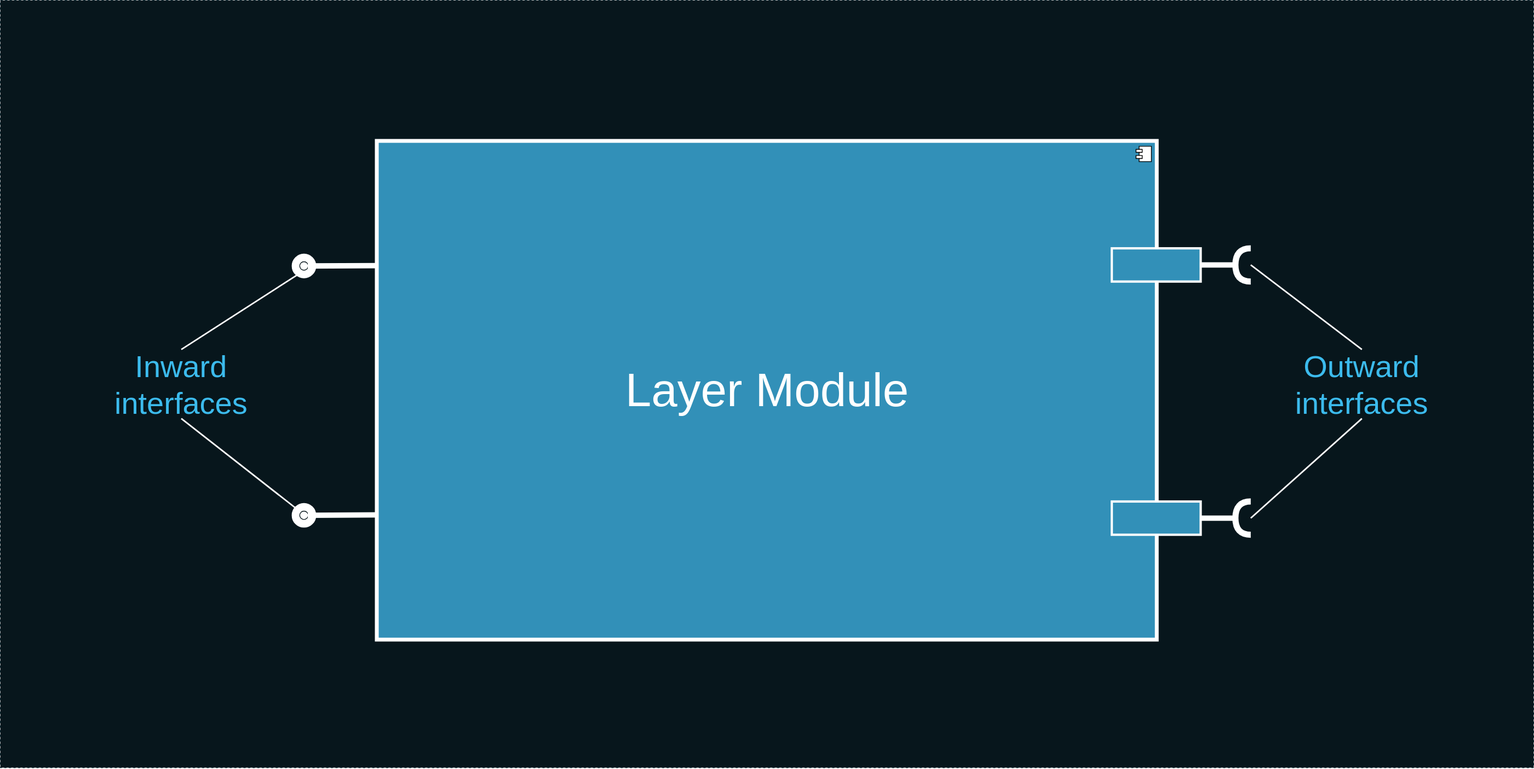
Above: deck/ru/diagrams/layerModule.svg in AlexanderLapygin/ca-react-rest-api-starter (draw.io), before the change. Source tidied: cells renumbered, new cells last; positions are measured from the earlier drawing's top-left corner, leaving out a move shared by most shapes.
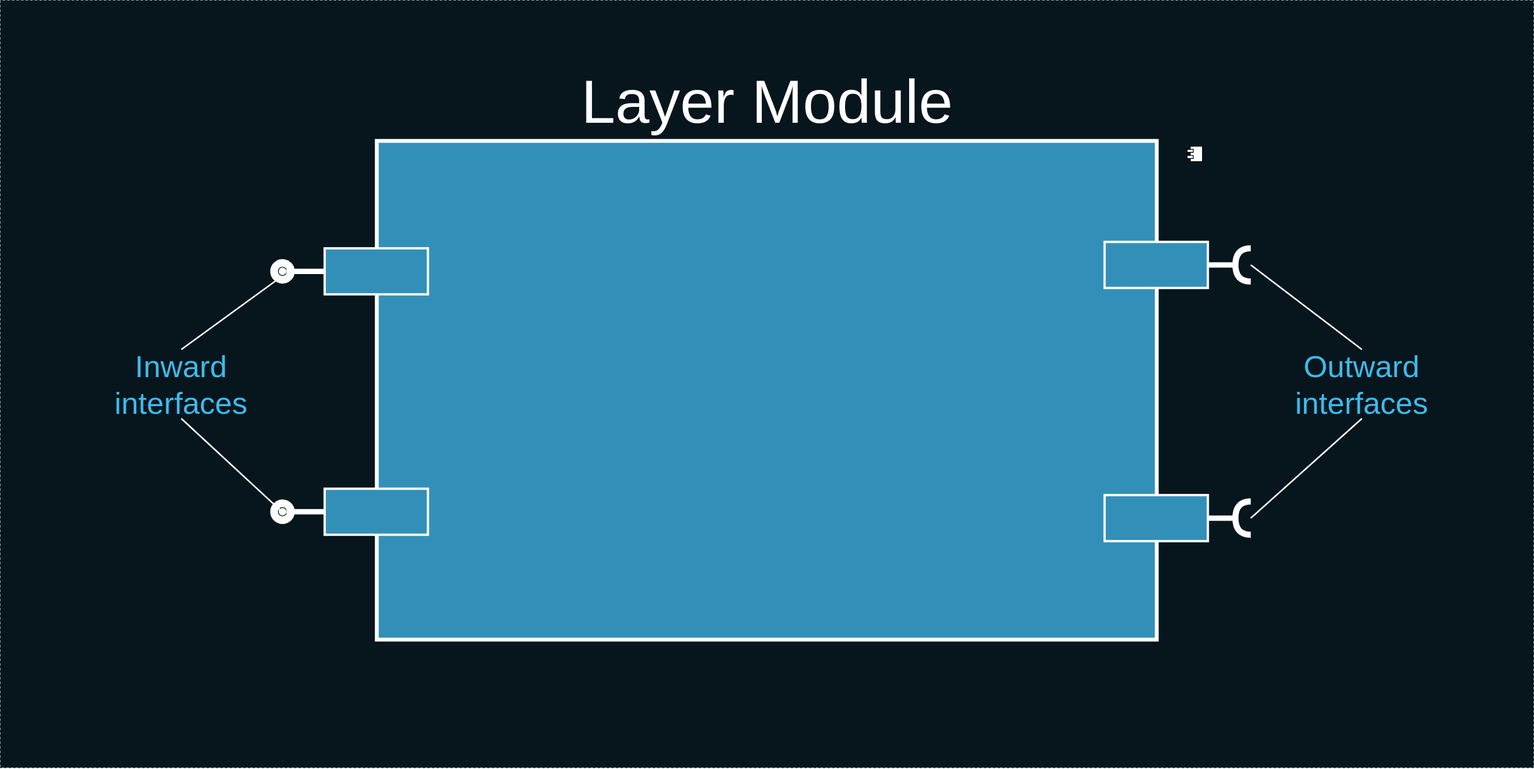
The same file after the commit.

What changed in the source:
```diff
@@ -5,53 +5,19 @@
     <mxCell id="2" value="rusfinancebank.ru" style="rounded=0;whiteSpace=wrap;html=1;fillColor=#07161C;fontSize=30;fontColor=#FFFFFF;strokeColor=#0C242E;dashed=1;" parent="1" vertex="1">
       <mxGeometry y="-0.1" width="2000" height="1000" as="geometry" />
     </mxCell>
-    <mxCell id="3" style="group;labelPosition=center;verticalLabelPosition=middle;align=center;verticalAlign=middle;strokeWidth=4;strokeColor=none;" parent="1" vertex="1">
-      <mxGeometry x="491" y="183" width="1074.7" height="650" as="geometry" />
-    </mxCell>
-    <mxCell id="4" style="html=1;strokeColor=#FFFFFF;strokeWidth=3;fillColor=#3290B8;fontSize=23;fontColor=#FFFFFF;labelPosition=center;verticalLabelPosition=top;align=center;verticalAlign=bottom;" parent="3" vertex="1">
-      <mxGeometry width="1017.4" height="650" as="geometry" />
-    </mxCell>
-    <mxCell id="5" style="shape=component;jettyWidth=8;jettyHeight=4;" parent="4" vertex="1">
-      <mxGeometry x="1" width="20" height="20" relative="1" as="geometry">
-        <mxPoint x="-27" y="7" as="offset" />
-      </mxGeometry>
-    </mxCell>
-    <mxCell id="6" style="group;labelPosition=center;verticalLabelPosition=middle;align=center;verticalAlign=middle;strokeWidth=7;" parent="3" vertex="1">
-      <mxGeometry width="1074.7" height="650" as="geometry" />
-    </mxCell>
-    <mxCell id="7" value="&lt;font style=&quot;font-size: 61px&quot;&gt;Layer Module&lt;/font&gt;" style="html=1;strokeColor=#FFFFFF;strokeWidth=5;fillColor=#3290B8;fontSize=61;fontColor=#FFFFFF;labelPosition=center;verticalLabelPosition=middle;align=center;verticalAlign=middle;" parent="6" vertex="1">
-      <mxGeometry width="1017.4" height="650" as="geometry" />
-    </mxCell>
-    <mxCell id="8" style="shape=component;jettyWidth=8;jettyHeight=4;" parent="7" vertex="1">
-      <mxGeometry x="1" width="20" height="20" relative="1" as="geometry">
-        <mxPoint x="-27" y="7" as="offset" />
-      </mxGeometry>
-    </mxCell>
-    <mxCell id="9" style="rounded=0;whiteSpace=wrap;html=1;fillColor=#3290B8;strokeColor=#FFFFFF;strokeWidth=3;" parent="6" vertex="1">
-      <mxGeometry x="958.8" y="470" width="115.9" height="43.3" as="geometry" />
-    </mxCell>
-    <mxCell id="10" style="rounded=0;whiteSpace=wrap;html=1;fillColor=#3290B8;strokeColor=#FFFFFF;strokeWidth=3;" parent="6" vertex="1">
-      <mxGeometry x="958.8" y="140" width="115.9" height="43.3" as="geometry" />
-    </mxCell>
-    <mxCell id="11" style="rounded=0;jettySize=auto;html=1;endArrow=none;endFill=0;fontSize=40;fontColor=#FFFFFF;strokeColor=#FFFFFF;strokeWidth=7;exitX=0;exitY=0.25;exitDx=0;exitDy=0;" parent="1" edge="1" source="7" target="12">
+    <mxCell id="11" style="rounded=0;jettySize=auto;html=1;endArrow=none;endFill=0;fontSize=40;fontColor=#FFFFFF;strokeColor=#FFFFFF;strokeWidth=7;exitX=0;exitY=0.5;exitDx=0;exitDy=0;" parent="1" edge="1" source="31" target="12">
       <mxGeometry relative="1" as="geometry" />
     </mxCell>
     <mxCell id="12" style="ellipse;whiteSpace=wrap;html=1;fontFamily=Helvetica;fontSize=12;fontColor=#FFFFFF;align=center;strokeColor=#FFFFFF;fillColor=#ffffff;points=[];strokeWidth=22;" parent="1" vertex="1">
-      <mxGeometry x="391" y="341" width="10" height="10" as="geometry" />
+      <mxGeometry x="363" y="348" width="10" height="10" as="geometry" />
     </mxCell>
-    <mxCell id="13" style="rounded=0;jettySize=auto;html=1;endArrow=none;endFill=0;fontSize=40;fontColor=#FFFFFF;strokeColor=#FFFFFF;strokeWidth=7;exitX=0;exitY=0.75;exitDx=0;exitDy=0;" parent="1" edge="1" source="7" target="14">
-      <mxGeometry relative="1" as="geometry" />
-    </mxCell>
-    <mxCell id="14" style="ellipse;whiteSpace=wrap;html=1;fontFamily=Helvetica;fontSize=12;fontColor=#FFFFFF;align=center;strokeColor=#FFFFFF;fillColor=#ffffff;points=[];strokeWidth=22;" parent="1" vertex="1">
-      <mxGeometry x="391" y="666" width="10" height="10" as="geometry" />
-    </mxCell>
     <mxCell id="15" value="Inward&lt;br&gt;interfaces" style="text;html=1;strokeColor=none;fillColor=none;align=center;verticalAlign=middle;whiteSpace=wrap;rounded=0;fontSize=40;fontColor=#3CBBED;" parent="1" vertex="1">
       <mxGeometry x="171" y="454.9" width="130" height="90" as="geometry" />
     </mxCell>
     <mxCell id="16" style="endArrow=none;html=1;strokeColor=#FFFFFF;strokeWidth=2;fontSize=33;fontColor=#3CBBED;entryX=0.371;entryY=1.186;entryDx=0;entryDy=0;entryPerimeter=0;exitX=0.5;exitY=0;exitDx=0;exitDy=0;" parent="1" edge="1" source="15" target="12">
       <mxGeometry relative="1" as="geometry" />
     </mxCell>
-    <mxCell id="17" style="endArrow=none;html=1;strokeColor=#FFFFFF;strokeWidth=2;fontSize=33;fontColor=#3CBBED;entryX=-0.057;entryY=-0.029;entryDx=0;entryDy=0;entryPerimeter=0;exitX=0.5;exitY=1;exitDx=0;exitDy=0;" parent="1" edge="1" source="15" target="14">
+    <mxCell id="17" style="endArrow=none;html=1;strokeColor=#FFFFFF;strokeWidth=2;fontSize=33;fontColor=#3CBBED;entryX=0.214;entryY=0.296;entryDx=0;entryDy=0;entryPerimeter=0;exitX=0.5;exitY=1;exitDx=0;exitDy=0;" parent="1" edge="1" source="15" target="33">
       <mxGeometry relative="1" as="geometry" />
     </mxCell>
     <mxCell id="18" value="Outward&lt;br&gt;interfaces" style="text;html=1;strokeColor=none;fillColor=none;align=center;verticalAlign=middle;whiteSpace=wrap;rounded=0;fontSize=40;fontColor=#3CBBED;" parent="1" vertex="1">
@@ -69,17 +35,68 @@
     <mxCell id="22" style="shape=requiredInterface;html=1;verticalLabelPosition=bottom;strokeColor=#FFFFFF;strokeWidth=8;fontSize=33;fontColor=#3CBBED;rotation=-180;" parent="21" vertex="1">
       <mxGeometry width="20" height="43.3" as="geometry" />
     </mxCell>
-    <mxCell id="23" style="rounded=0;jettySize=auto;html=1;endArrow=none;endFill=0;fontSize=40;fontColor=#FFFFFF;strokeColor=#FFFFFF;strokeWidth=7;exitX=1;exitY=0.5;exitDx=0;exitDy=0;exitPerimeter=0;entryX=1;entryY=0.5;entryDx=0;entryDy=0;" parent="21" edge="1" source="22" target="10">
-      <mxGeometry relative="1" as="geometry" />
-    </mxCell>
     <mxCell id="24" style="group;" parent="1" vertex="1">
       <mxGeometry x="1611" y="653" width="20" height="43.3" as="geometry" />
     </mxCell>
     <mxCell id="25" style="shape=requiredInterface;html=1;verticalLabelPosition=bottom;strokeColor=#FFFFFF;strokeWidth=8;fontSize=33;fontColor=#3CBBED;rotation=-180;" parent="24" vertex="1">
       <mxGeometry width="20" height="43.3" as="geometry" />
     </mxCell>
-    <mxCell id="26" style="rounded=0;jettySize=auto;html=1;endArrow=none;endFill=0;fontSize=40;fontColor=#FFFFFF;strokeColor=#FFFFFF;strokeWidth=7;exitX=1;exitY=0.5;exitDx=0;exitDy=0;exitPerimeter=0;entryX=1;entryY=0.5;entryDx=0;entryDy=0;" parent="1" edge="1" source="25" target="9">
+    <mxCell id="26" style="rounded=0;jettySize=auto;html=1;endArrow=none;endFill=0;fontSize=40;fontColor=#FFFFFF;strokeColor=#FFFFFF;strokeWidth=7;exitX=1;exitY=0.5;exitDx=0;exitDy=0;exitPerimeter=0;entryX=1;entryY=0.5;entryDx=0;entryDy=0;" parent="1" edge="1" source="25" target="30">
       <mxGeometry relative="1" as="geometry" />
     </mxCell>
+    <mxCell id="27" style="rounded=0;orthogonalLoop=1;jettySize=auto;html=1;endArrow=none;endFill=0;fontSize=40;fontColor=#FFFFFF;strokeColor=#FFFFFF;strokeWidth=4;exitX=0;exitY=0.5;exitDx=0;exitDy=0;" parent="1" edge="1">
+      <mxGeometry relative="1" as="geometry">
+        <mxPoint x="1449.8" y="344.7" as="sourcePoint" />
+        <mxPoint x="1411" y="345" as="targetPoint" />
+      </mxGeometry>
+    </mxCell>
+    <mxCell id="4" style="html=1;strokeColor=#FFFFFF;strokeWidth=3;fillColor=#3290B8;fontSize=23;fontColor=#FFFFFF;labelPosition=center;verticalLabelPosition=top;align=center;verticalAlign=bottom;" parent="1" vertex="1">
+      <mxGeometry x="491" y="183" width="1017.4" height="650" as="geometry" />
+    </mxCell>
+    <mxCell id="5" style="shape=component;jettyWidth=8;jettyHeight=4;" parent="4" vertex="1">
+      <mxGeometry x="1" width="20" height="20" relative="1" as="geometry">
+        <mxPoint x="-27" y="7" as="offset" />
+      </mxGeometry>
+    </mxCell>
+    <mxCell id="23" style="rounded=0;jettySize=auto;html=1;endArrow=none;endFill=0;fontSize=40;fontColor=#FFFFFF;strokeColor=#FFFFFF;strokeWidth=7;exitX=1;exitY=0.5;exitDx=0;exitDy=0;exitPerimeter=0;entryX=1;entryY=0.5;entryDx=0;entryDy=0;" parent="1" edge="1" source="22" target="29">
+      <mxGeometry relative="1" as="geometry" />
+    </mxCell>
+    <mxCell id="6" style="group;labelPosition=center;verticalLabelPosition=top;align=center;verticalAlign=bottom;" parent="1" vertex="1">
+      <mxGeometry x="491" y="183" width="1084.1" height="650" as="geometry" />
+    </mxCell>
+    <mxCell id="7" value="&lt;font style=&quot;font-size: 80px&quot;&gt;Layer Module&lt;/font&gt;" style="html=1;strokeColor=#FFFFFF;strokeWidth=5;fillColor=#3290B8;fontSize=61;fontColor=#FFFFFF;labelPosition=center;verticalLabelPosition=top;align=center;verticalAlign=bottom;" parent="6" vertex="1">
+      <mxGeometry width="1017.4" height="650" as="geometry" />
+    </mxCell>
+    <mxCell id="28" style="rounded=0;jettySize=auto;html=1;endArrow=none;endFill=0;fontSize=40;fontColor=#FFFFFF;strokeColor=#FFFFFF;strokeWidth=2;entryX=0;entryY=0.25;entryDx=0;entryDy=0;" parent="6" edge="1" source="31" target="7">
+      <mxGeometry relative="1" as="geometry" />
+    </mxCell>
+    <mxCell id="29" value="&lt;span style=&quot;font-family: monospace ; font-size: 0px&quot;&gt;%3CmxGraphModel%3E%3Croot%3E%3CmxCell%20id%3D%220%22%2F%3E%3CmxCell%20id%3D%221%22%20parent%3D%220%22%2F%3E%3CmxCell%20id%3D%222%22%20value%3D%22%22%20style%3D%22rounded%3D0%3BorthogonalLoop%3D1%3BjettySize%3Dauto%3Bhtml%3D1%3BendArrow%3Dnone%3BendFill%3D0%3BfontSize%3D40%3BfontColor%3D%23FFFFFF%3BstrokeColor%3D%23FFFFFF%3BstrokeWidth%3D4%3BexitX%3D0%3BexitY%3D0.5%3BexitDx%3D0%3BexitDy%3D0%3B%22%20edge%3D%221%22%20parent%3D%221%22%3E%3CmxGeometry%20relative%3D%221%22%20as%3D%22geometry%22%3E%3CmxPoint%20x%3D%22-999.6199999999999%22%20y%3D%22171.66000000000008%22%20as%3D%22sourcePoint%22%2F%3E%3CmxPoint%20x%3D%22-1029%22%20y%3D%22172%22%20as%3D%22targetPoint%22%2F%3E%3C%2FmxGeometry%3E%3C%2FmxCell%3E%3C%2Froot%3E%3C%2FmxGraphModel%3E&lt;/span&gt;&lt;span style=&quot;font-family: monospace ; font-size: 0px&quot;&gt;%3CmxGraphModel%3E%3Croot%3E%3CmxCell%20id%3D%220%22%2F%3E%3CmxCell%20id%3D%221%22%20parent%3D%220%22%2F%3E%3CmxCell%20id%3D%222%22%20value%3D%22%22%20style%3D%22rounded%3D0%3BorthogonalLoop%3D1%3BjettySize%3Dauto%3Bhtml%3D1%3BendArrow%3Dnone%3BendFill%3D0%3BfontSize%3D40%3BfontColor%3D%23FFFFFF%3BstrokeColor%3D%23FFFFFF%3BstrokeWidth%3D4%3BexitX%3D0%3BexitY%3D0.5%3BexitDx%3D0%3BexitDy%3D0%3B%22%20edge%3D%221%22%20parent%3D%221%22%3E%3CmxGeometry%20relative%3D%221%22%20as%3D%22geometry%22%3E%3CmxPoint%20x%3D%22-999.6199999999999%22%20y%3D%22171.66000000000008%22%20as%3D%22sourcePoint%22%2F%3E%3CmxPoint%20x%3D%22-1029%22%20y%3D%22172%22%20as%3D%22targetPoint%22%2F%3E%3C%2FmxGeometry%3E%3C%2FmxCell%3E%3C%2Froot%3E%3C%2FmxGraphModel%3E&lt;/span&gt;" style="rounded=0;whiteSpace=wrap;html=1;fillColor=#3290B8;strokeColor=#FFFFFF;strokeWidth=3;" parent="6" vertex="1">
+      <mxGeometry x="949.4" y="131.7" width="134.7" height="60" as="geometry" />
+    </mxCell>
+    <mxCell id="30" style="rounded=0;whiteSpace=wrap;html=1;fillColor=#3290B8;strokeColor=#FFFFFF;strokeWidth=3;" parent="6" vertex="1">
+      <mxGeometry x="949.4" y="461.7" width="134.7" height="60" as="geometry" />
+    </mxCell>
+    <mxCell id="8" style="shape=component;jettyWidth=8;jettyHeight=4;" parent="6" vertex="1">
+      <mxGeometry x="1" width="20" height="20" relative="1" as="geometry">
+        <mxPoint x="-27" y="7" as="offset" />
+      </mxGeometry>
+    </mxCell>
+    <mxCell id="31" value="&lt;span style=&quot;font-family: monospace ; font-size: 0px&quot;&gt;%3CmxGraphModel%3E%3Croot%3E%3CmxCell%20id%3D%220%22%2F%3E%3CmxCell%20id%3D%221%22%20parent%3D%220%22%2F%3E%3CmxCell%20id%3D%222%22%20value%3D%22%22%20style%3D%22rounded%3D0%3BorthogonalLoop%3D1%3BjettySize%3Dauto%3Bhtml%3D1%3BendArrow%3Dnone%3BendFill%3D0%3BfontSize%3D40%3BfontColor%3D%23FFFFFF%3BstrokeColor%3D%23FFFFFF%3BstrokeWidth%3D4%3BexitX%3D0%3BexitY%3D0.5%3BexitDx%3D0%3BexitDy%3D0%3B%22%20edge%3D%221%22%20parent%3D%221%22%3E%3CmxGeometry%20relative%3D%221%22%20as%3D%22geometry%22%3E%3CmxPoint%20x%3D%22-999.6199999999999%22%20y%3D%22171.66000000000008%22%20as%3D%22sourcePoint%22%2F%3E%3CmxPoint%20x%3D%22-1029%22%20y%3D%22172%22%20as%3D%22targetPoint%22%2F%3E%3C%2FmxGeometry%3E%3C%2FmxCell%3E%3C%2Froot%3E%3C%2FmxGraphModel%3E&lt;/span&gt;&lt;span style=&quot;font-family: monospace ; font-size: 0px&quot;&gt;%3CmxGraphModel%3E%3Croot%3E%3CmxCell%20id%3D%220%22%2F%3E%3CmxCell%20id%3D%221%22%20parent%3D%220%22%2F%3E%3CmxCell%20id%3D%222%22%20value%3D%22%22%20style%3D%22rounded%3D0%3BorthogonalLoop%3D1%3BjettySize%3Dauto%3Bhtml%3D1%3BendArrow%3Dnone%3BendFill%3D0%3BfontSize%3D40%3BfontColor%3D%23FFFFFF%3BstrokeColor%3D%23FFFFFF%3BstrokeWidth%3D4%3BexitX%3D0%3BexitY%3D0.5%3BexitDx%3D0%3BexitDy%3D0%3B%22%20edge%3D%221%22%20parent%3D%221%22%3E%3CmxGeometry%20relative%3D%221%22%20as%3D%22geometry%22%3E%3CmxPoint%20x%3D%22-999.6199999999999%22%20y%3D%22171.66000000000008%22%20as%3D%22sourcePoint%22%2F%3E%3CmxPoint%20x%3D%22-1029%22%20y%3D%22172%22%20as%3D%22targetPoint%22%2F%3E%3C%2FmxGeometry%3E%3C%2FmxCell%3E%3C%2Froot%3E%3C%2FmxGraphModel%3E&lt;/span&gt;" style="rounded=0;whiteSpace=wrap;html=1;fillColor=#3290B8;strokeColor=#FFFFFF;strokeWidth=3;" parent="6" vertex="1">
+      <mxGeometry x="-68" y="140" width="134.7" height="60" as="geometry" />
+    </mxCell>
+    <mxCell id="32" style="rounded=0;jettySize=auto;html=1;endArrow=none;endFill=0;fontSize=40;fontColor=#FFFFFF;strokeColor=#FFFFFF;strokeWidth=7;exitX=0;exitY=0.5;exitDx=0;exitDy=0;" parent="1" edge="1" source="35" target="33">
+      <mxGeometry relative="1" as="geometry" />
+    </mxCell>
+    <mxCell id="33" style="ellipse;whiteSpace=wrap;html=1;fontFamily=Helvetica;fontSize=12;fontColor=#FFFFFF;align=center;strokeColor=#FFFFFF;fillColor=#ffffff;points=[];strokeWidth=22;" parent="1" vertex="1">
+      <mxGeometry x="363" y="661.3" width="10" height="10" as="geometry" />
+    </mxCell>
+    <mxCell id="34" style="rounded=0;jettySize=auto;html=1;endArrow=none;endFill=0;fontSize=40;fontColor=#FFFFFF;strokeColor=#FFFFFF;strokeWidth=2;entryX=0;entryY=0.25;entryDx=0;entryDy=0;" parent="1" edge="1" source="35">
+      <mxGeometry relative="1" as="geometry">
+        <mxPoint x="491" y="658.8" as="targetPoint" />
+      </mxGeometry>
+    </mxCell>
+    <mxCell id="35" value="&lt;span style=&quot;font-family: monospace ; font-size: 0px&quot;&gt;%3CmxGraphModel%3E%3Croot%3E%3CmxCell%20id%3D%220%22%2F%3E%3CmxCell%20id%3D%221%22%20parent%3D%220%22%2F%3E%3CmxCell%20id%3D%222%22%20value%3D%22%22%20style%3D%22rounded%3D0%3BorthogonalLoop%3D1%3BjettySize%3Dauto%3Bhtml%3D1%3BendArrow%3Dnone%3BendFill%3D0%3BfontSize%3D40%3BfontColor%3D%23FFFFFF%3BstrokeColor%3D%23FFFFFF%3BstrokeWidth%3D4%3BexitX%3D0%3BexitY%3D0.5%3BexitDx%3D0%3BexitDy%3D0%3B%22%20edge%3D%221%22%20parent%3D%221%22%3E%3CmxGeometry%20relative%3D%221%22%20as%3D%22geometry%22%3E%3CmxPoint%20x%3D%22-999.6199999999999%22%20y%3D%22171.66000000000008%22%20as%3D%22sourcePoint%22%2F%3E%3CmxPoint%20x%3D%22-1029%22%20y%3D%22172%22%20as%3D%22targetPoint%22%2F%3E%3C%2FmxGeometry%3E%3C%2FmxCell%3E%3C%2Froot%3E%3C%2FmxGraphModel%3E&lt;/span&gt;&lt;span style=&quot;font-family: monospace ; font-size: 0px&quot;&gt;%3CmxGraphModel%3E%3Croot%3E%3CmxCell%20id%3D%220%22%2F%3E%3CmxCell%20id%3D%221%22%20parent%3D%220%22%2F%3E%3CmxCell%20id%3D%222%22%20value%3D%22%22%20style%3D%22rounded%3D0%3BorthogonalLoop%3D1%3BjettySize%3Dauto%3Bhtml%3D1%3BendArrow%3Dnone%3BendFill%3D0%3BfontSize%3D40%3BfontColor%3D%23FFFFFF%3BstrokeColor%3D%23FFFFFF%3BstrokeWidth%3D4%3BexitX%3D0%3BexitY%3D0.5%3BexitDx%3D0%3BexitDy%3D0%3B%22%20edge%3D%221%22%20parent%3D%221%22%3E%3CmxGeometry%20relative%3D%221%22%20as%3D%22geometry%22%3E%3CmxPoint%20x%3D%22-999.6199999999999%22%20y%3D%22171.66000000000008%22%20as%3D%22sourcePoint%22%2F%3E%3CmxPoint%20x%3D%22-1029%22%20y%3D%22172%22%20as%3D%22targetPoint%22%2F%3E%3C%2FmxGeometry%3E%3C%2FmxCell%3E%3C%2Froot%3E%3C%2FmxGraphModel%3E&lt;/span&gt;" style="rounded=0;whiteSpace=wrap;html=1;fillColor=#3290B8;strokeColor=#FFFFFF;strokeWidth=3;" parent="1" vertex="1">
+      <mxGeometry x="423" y="636.3" width="134.7" height="60" as="geometry" />
+    </mxCell>
   </root>
 </mxGraphModel>
```
